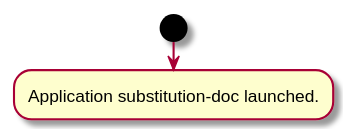
credibledoc/credible-doc keeps this PlantUML diagram as substitution/substitution-doc/doc/img/diagrams.md_1.svg. Above is the earlier version. Its diagram source:
```plantuml
@startuml
start
:Application substitution-doc launched.;

@enduml
```
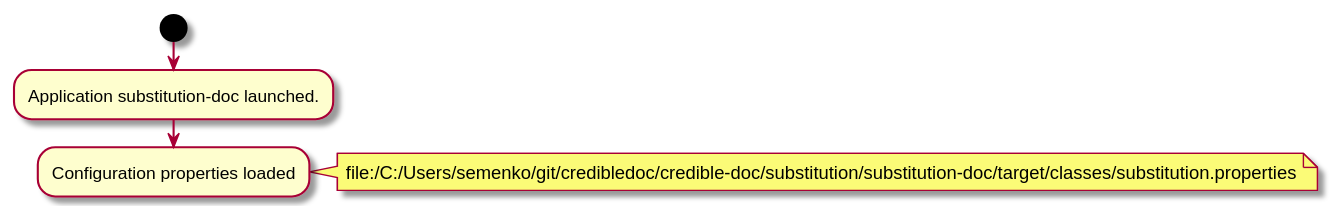
After the commit.

Diff of the diagram source:
```diff
@@ -2,4 +2,9 @@
 start
 :Application substitution-doc launched.;
 
+:Configuration properties loaded;
+note right
+file:/C:/Users/semenko/git/credibledoc/credible-doc/substitution/substitution-doc/target/classes/substitution.properties
+end note
+
 @enduml
```
